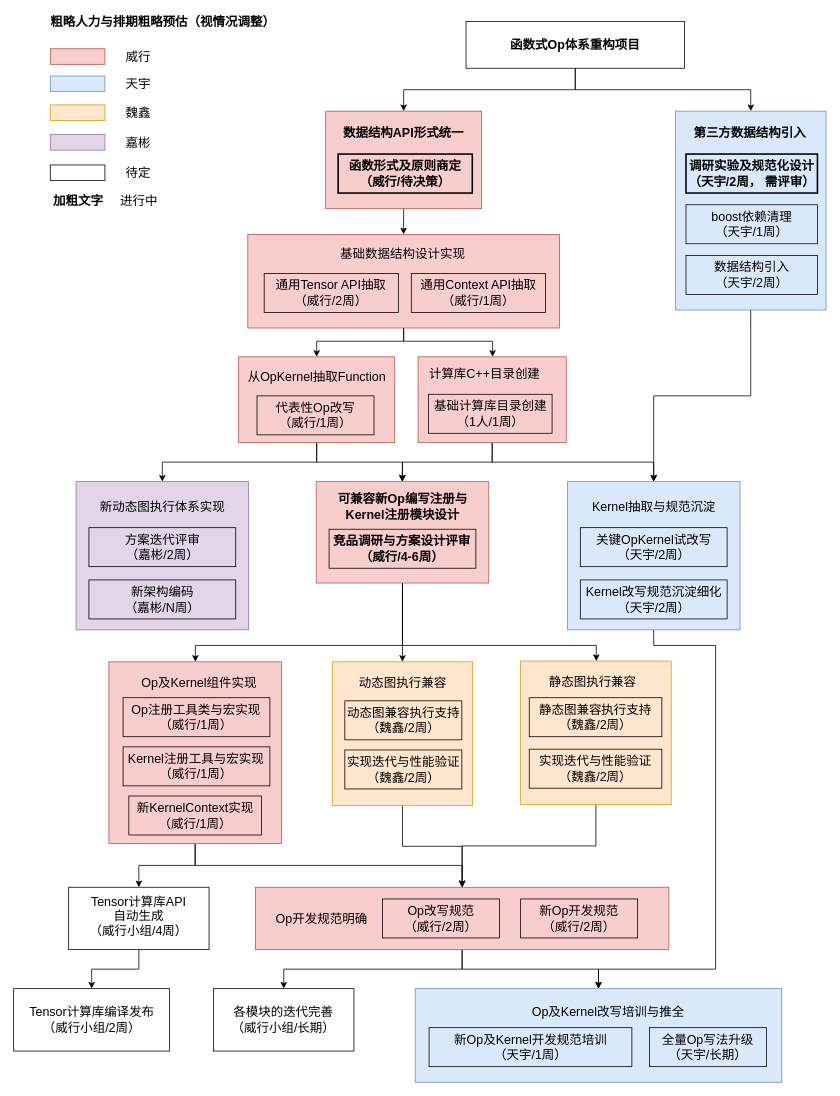
Earlier version of the draw.io diagram page "work-progess" (15 of 15) of op2func.drawio (chenwhql/diagrams). Source tidied: cells renumbered, new cells numbered last; positions are measured from the earlier drawing's top-left corner, leaving out a move shared by most shapes. Both pictures are drawn from the tidied source at 78%, with x=0, y=0 at pixel (13, 13).
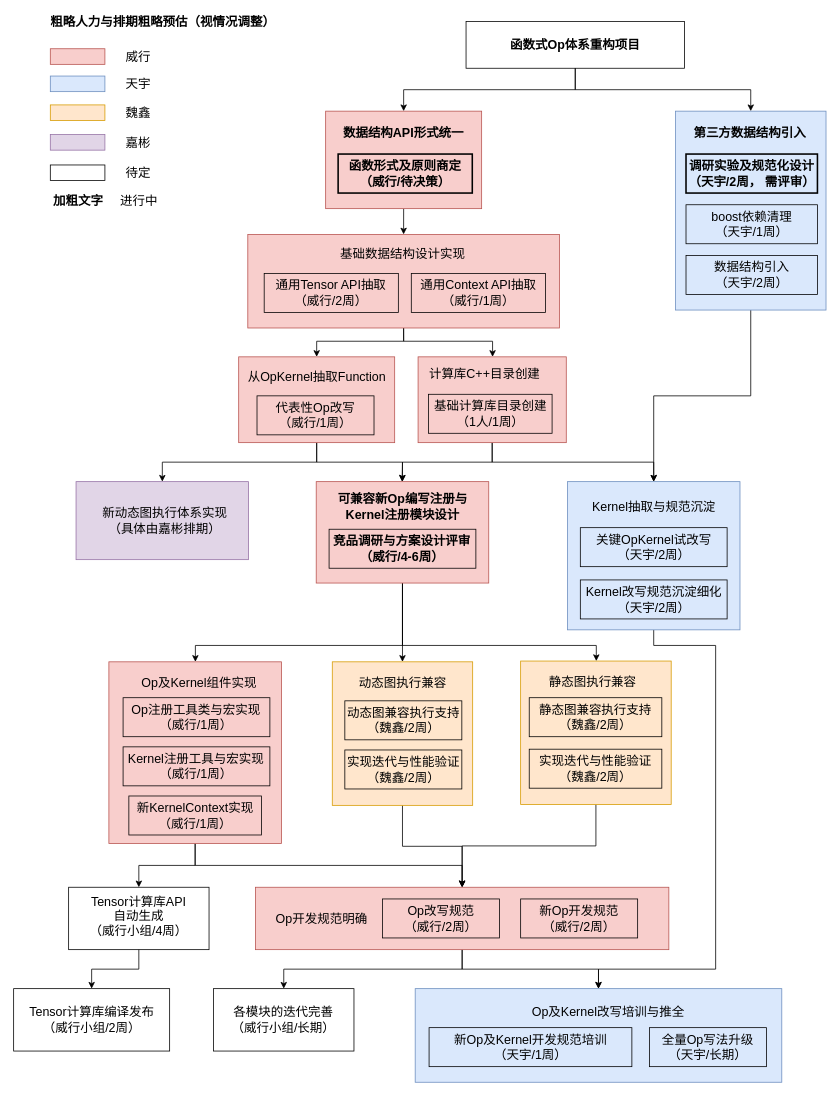
The same page after the edit.

Diff of the diagram source:
```diff
@@
     <mxCell id="67" style="rounded=0;whiteSpace=wrap;html=1;fontSize=16;fillColor=#e1d5e7;strokeColor=#9673a6;" parent="1" vertex="1">
-      <mxGeometry x="80" y="600" width="221.2" height="190" as="geometry" />
+      <mxGeometry x="80" y="600" width="221.2" height="100" as="geometry" />
     </mxCell>
-    <mxCell id="68" value="新动态图执行体系实现" style="text;html=1;strokeColor=none;fillColor=none;align=center;verticalAlign=middle;whiteSpace=wrap;rounded=0;fontSize=16;" parent="1" vertex="1">
-      <mxGeometry x="96.5" y="610" width="188.2" height="43" as="geometry" />
+    <mxCell id="68" value="新动态图执行体系实现&lt;br&gt;（具体由嘉彬排期）" style="text;html=1;strokeColor=none;fillColor=none;align=center;verticalAlign=middle;whiteSpace=wrap;rounded=0;fontSize=16;" parent="1" vertex="1">
+      <mxGeometry x="96.5" y="610" width="193.5" height="80" as="geometry" />
     </mxCell>
-    <mxCell id="69" value="新架构编码&lt;br style=&quot;font-size: 16px&quot;&gt;（嘉彬/N周）" style="text;html=1;fillColor=none;align=center;verticalAlign=middle;whiteSpace=wrap;rounded=0;strokeColor=#000000;fontSize=16;" parent="1" vertex="1">
-      <mxGeometry x="96.5" y="726" width="188.2" height="50" as="geometry" />
-    </mxCell>
-    <mxCell id="70" value="方案迭代评审&lt;br style=&quot;font-size: 16px&quot;&gt;（嘉彬/2周）" style="text;html=1;fillColor=none;align=center;verticalAlign=middle;whiteSpace=wrap;rounded=0;strokeColor=#000000;fontSize=16;" parent="1" vertex="1">
-      <mxGeometry x="96.5" y="659" width="188.2" height="50" as="geometry" />
-    </mxCell>
```
